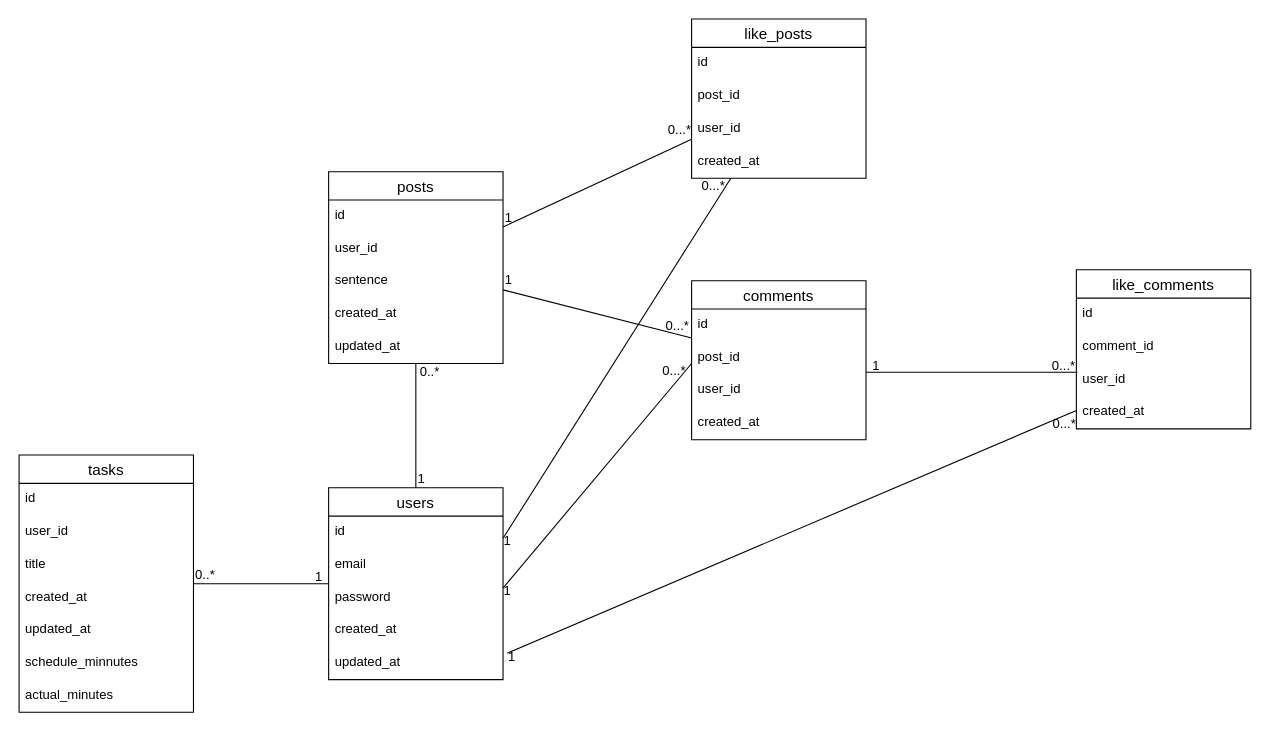
The draw.io diagram docs/er.drawio in HirokaMitsunaga/MorningActivities-API-TypeScript, before the edit. Source tidied: cells renumbered, new cells numbered last; positions are measured from the earlier drawing's top-left corner, leaving out a move shared by most shapes. Both pictures are drawn from the tidied source at 109%, with x=0, y=0 at pixel (19, 19).
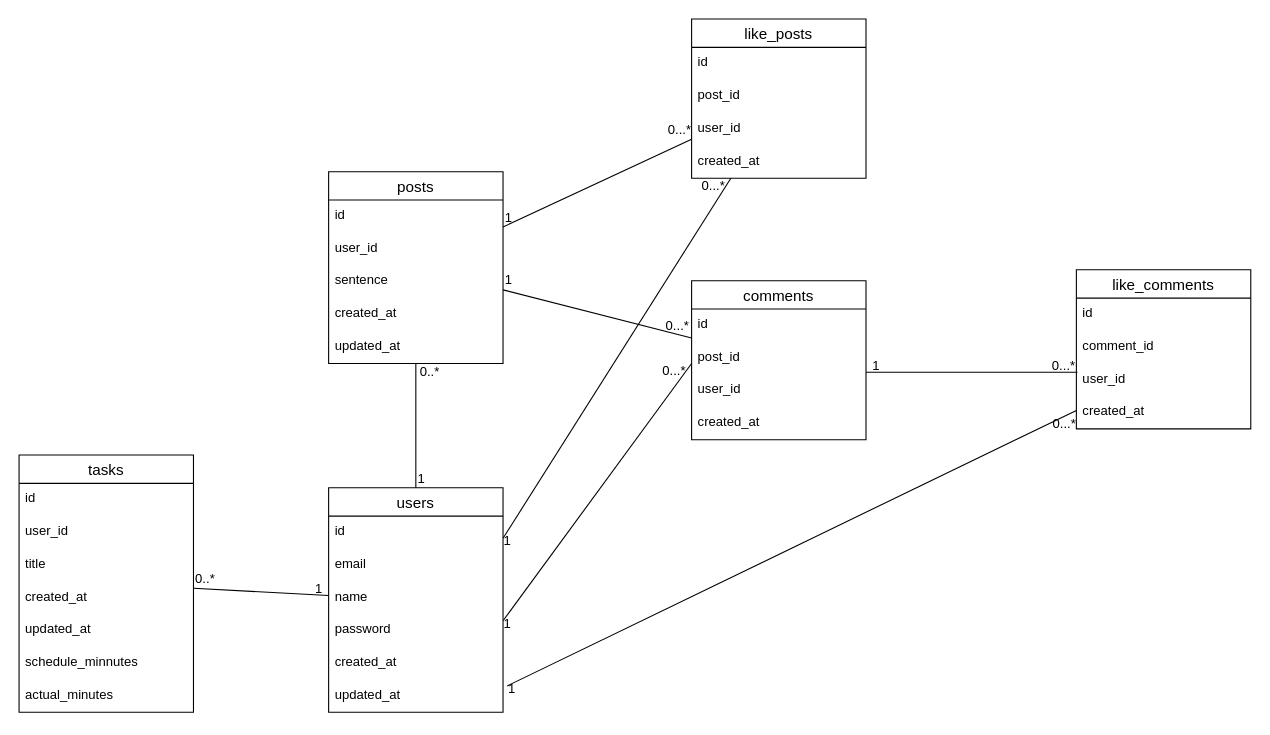
The same page after the edit.

Change to the diagram source:
```diff
@@
     <mxCell id="2" value="users" style="swimlane;fontStyle=0;horizontal=1;startSize=26;align=center;fontSize=14;" parent="1" vertex="1">
-      <mxGeometry x="284" y="430" width="160" height="176" as="geometry" />
+      <mxGeometry x="284" y="430" width="160" height="206" as="geometry" />
     </mxCell>
@@
+    <mxCell id="61" value="name" style="text;strokeColor=none;fillColor=none;spacingLeft=4;spacingRight=4;overflow=hidden;fontSize=12;" parent="2" vertex="1">
+      <mxGeometry y="86" width="160" height="30" as="geometry" />
+    </mxCell>
     <mxCell id="5" value="password" style="text;strokeColor=none;fillColor=none;spacingLeft=4;spacingRight=4;overflow=hidden;points=[[0,0.5],[1,0.5]];portConstraint=eastwest;fontSize=12;" parent="2" vertex="1">
-      <mxGeometry y="86" width="160" height="30" as="geometry" />
+      <mxGeometry y="116" width="160" height="30" as="geometry" />
     </mxCell>
     <mxCell id="6" value="created_at" style="text;strokeColor=none;fillColor=none;spacingLeft=4;spacingRight=4;overflow=hidden;fontSize=12;" parent="2" vertex="1">
-      <mxGeometry y="116" width="160" height="30" as="geometry" />
+      <mxGeometry y="146" width="160" height="30" as="geometry" />
     </mxCell>
     <mxCell id="7" value="updated_at" style="text;strokeColor=none;fillColor=none;spacingLeft=4;spacingRight=4;overflow=hidden;points=[[0,0.5],[1,0.5]];portConstraint=eastwest;fontSize=12;" parent="2" vertex="1">
-      <mxGeometry y="146" width="160" height="30" as="geometry" />
+      <mxGeometry y="176" width="160" height="30" as="geometry" />
     </mxCell>
```
